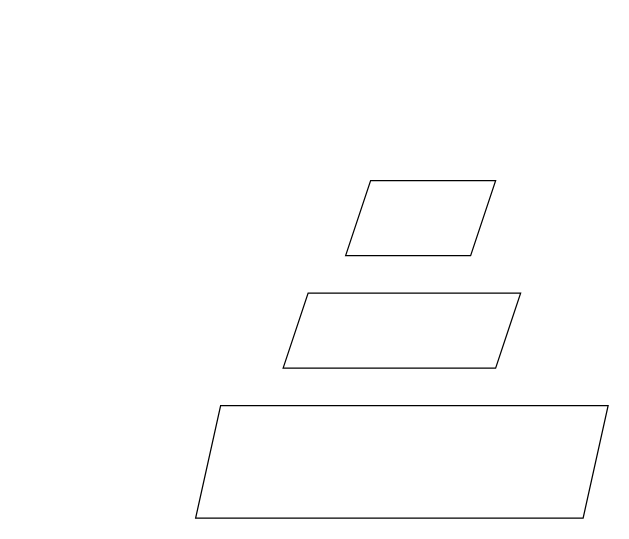
Earlier version of the draw.io diagram draw1.drawio (yellowthruan/draw). Source tidied: cells renumbered, new cells numbered last; positions are measured from the earlier drawing's top-left corner, leaving out a move shared by most shapes. Both pictures are drawn from the tidied source at 125%, with x=0, y=0 at pixel (195, 180).
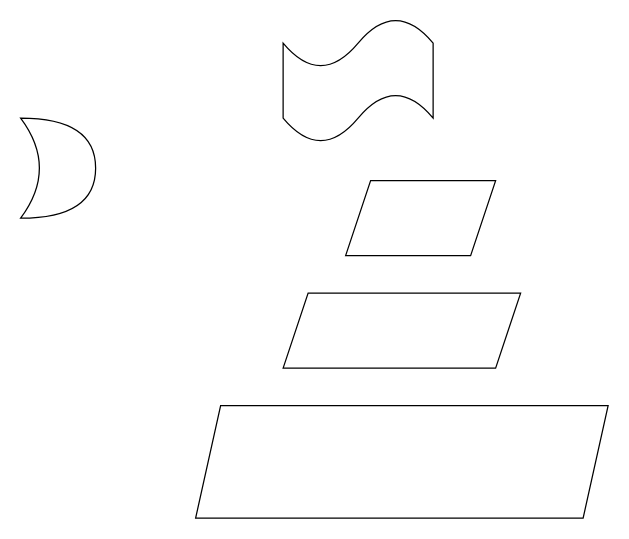
The same diagram, later.

The edit, as a diff of the source:
```diff
@@
 <mxGraphModel>
   <root>
     <mxCell id="0" />
     <mxCell id="1" parent="0" />
     <mxCell id="2" style="shape=parallelogram;perimeter=parallelogramPerimeter;whiteSpace=wrap;html=1;fixedSize=1;" parent="1" vertex="1">
       <mxGeometry x="120" width="120" height="60" as="geometry" />
     </mxCell>
     <mxCell id="3" style="shape=parallelogram;perimeter=parallelogramPerimeter;whiteSpace=wrap;html=1;fixedSize=1;" parent="1" vertex="1">
       <mxGeometry x="70" y="90" width="190" height="60" as="geometry" />
     </mxCell>
     <mxCell id="4" style="shape=parallelogram;perimeter=parallelogramPerimeter;whiteSpace=wrap;html=1;fixedSize=1;" parent="1" vertex="1">
       <mxGeometry y="180" width="330" height="90" as="geometry" />
     </mxCell>
+    <mxCell id="5" style="shape=xor;whiteSpace=wrap;html=1;" parent="1" vertex="1">
+      <mxGeometry x="-140" y="-50" width="60" height="80" as="geometry" />
+    </mxCell>
+    <mxCell id="6" style="shape=tape;whiteSpace=wrap;html=1;" parent="1" vertex="1">
+      <mxGeometry x="70" y="-130" width="120" height="100" as="geometry" />
+    </mxCell>
   </root>
 </mxGraphModel>
```
